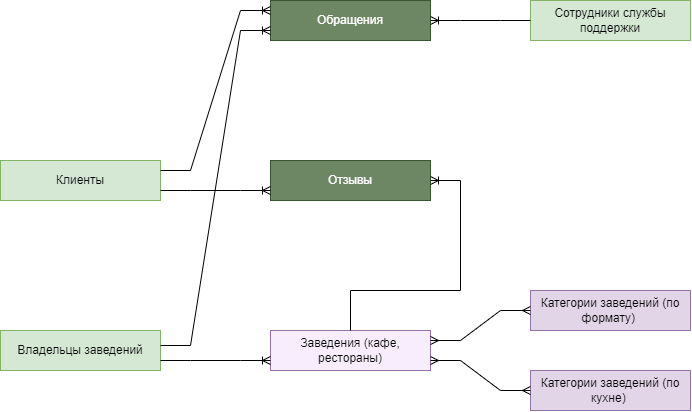
nastyakaraman/system-analysis keeps this draw.io diagram as Диаграмма без названия.drawio.png. Above is the earlier version. Source tidied: cells renumbered, new cells last; positions are measured from the earlier drawing's top-left corner, leaving out a move shared by most shapes.
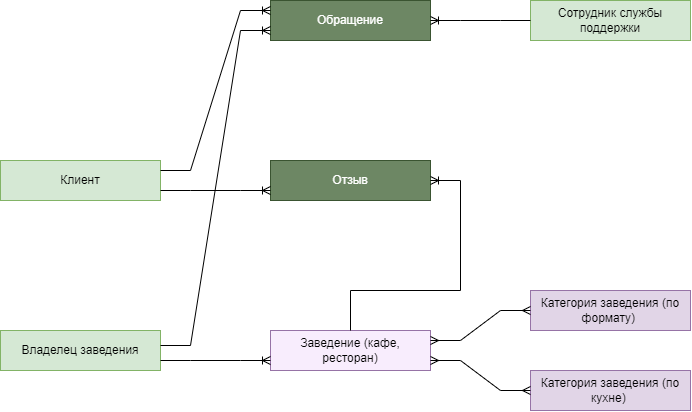
Above is the later version.

Commit message:
Все сущности теперь в единственном числе

What changed in the source:
```diff
@@ -2,22 +2,22 @@
   <root>
     <mxCell id="0" />
     <mxCell id="1" parent="0" />
-    <mxCell id="2" value="Клиенты" style="whiteSpace=wrap;html=1;align=center;fillColor=#d5e8d4;strokeColor=#82b366;" parent="1" vertex="1">
+    <mxCell id="2" value="Клиент" style="whiteSpace=wrap;html=1;align=center;fillColor=#d5e8d4;strokeColor=#82b366;" parent="1" vertex="1">
       <mxGeometry y="160" width="160" height="40" as="geometry" />
     </mxCell>
-    <mxCell id="3" value="Владельцы заведений" style="whiteSpace=wrap;html=1;align=center;fillColor=#d5e8d4;strokeColor=#82b366;" parent="1" vertex="1">
+    <mxCell id="3" value="Владелец заведения" style="whiteSpace=wrap;html=1;align=center;fillColor=#d5e8d4;strokeColor=#82b366;" parent="1" vertex="1">
       <mxGeometry y="330" width="160" height="40" as="geometry" />
     </mxCell>
-    <mxCell id="4" value="Заведения (кафе, рестораны)" style="whiteSpace=wrap;html=1;align=center;fillColor=#f8edfd;strokeColor=#9673a6;" parent="1" vertex="1">
+    <mxCell id="4" value="Заведение (кафе, ресторан)" style="whiteSpace=wrap;html=1;align=center;fillColor=#f8edfd;strokeColor=#9673a6;" parent="1" vertex="1">
       <mxGeometry x="270" y="330" width="160" height="40" as="geometry" />
     </mxCell>
-    <mxCell id="5" value="Категории заведений (по формату)&amp;nbsp;" style="whiteSpace=wrap;html=1;align=center;fillColor=#e1d5e7;strokeColor=#9673a6;" parent="1" vertex="1">
+    <mxCell id="5" value="Категория заведения (по формату)&amp;nbsp;" style="whiteSpace=wrap;html=1;align=center;fillColor=#e1d5e7;strokeColor=#9673a6;" parent="1" vertex="1">
       <mxGeometry x="530" y="290" width="160" height="40" as="geometry" />
     </mxCell>
-    <mxCell id="6" value="Категории заведений (по кухне)&amp;nbsp;" style="whiteSpace=wrap;html=1;align=center;fillColor=#e1d5e7;strokeColor=#9673a6;" parent="1" vertex="1">
+    <mxCell id="6" value="Категория заведения (по кухне)&amp;nbsp;" style="whiteSpace=wrap;html=1;align=center;fillColor=#e1d5e7;strokeColor=#9673a6;" parent="1" vertex="1">
       <mxGeometry x="530" y="370" width="160" height="40" as="geometry" />
     </mxCell>
-    <mxCell id="7" value="Сотрудники службы поддержки" style="whiteSpace=wrap;html=1;align=center;fillColor=#d5e8d4;strokeColor=#82b366;" parent="1" vertex="1">
+    <mxCell id="7" value="Сотрудник службы поддержки" style="whiteSpace=wrap;html=1;align=center;fillColor=#d5e8d4;strokeColor=#82b366;" parent="1" vertex="1">
       <mxGeometry x="530" width="160" height="40" as="geometry" />
     </mxCell>
     <mxCell id="8" style="edgeStyle=entityRelationEdgeStyle;fontSize=12;html=1;endArrow=ERmany;startArrow=ERmany;rounded=0;exitX=1;exitY=0.25;exitDx=0;exitDy=0;exitPerimeter=0;entryX=0;entryY=0.5;entryDx=0;entryDy=0;" parent="1" edge="1" source="4" target="5">
@@ -26,7 +26,7 @@
     <mxCell id="9" style="edgeStyle=entityRelationEdgeStyle;fontSize=12;html=1;endArrow=ERmany;startArrow=ERmany;rounded=0;exitX=1;exitY=0.75;exitDx=0;exitDy=0;" parent="1" edge="1" source="4" target="6">
       <mxGeometry relative="1" as="geometry" />
     </mxCell>
-    <mxCell id="10" value="Отзывы" style="whiteSpace=wrap;html=1;align=center;fillColor=#6d8764;strokeColor=#3A5431;fontColor=#ffffff;" parent="1" vertex="1">
+    <mxCell id="10" value="Отзыв" style="whiteSpace=wrap;html=1;align=center;fillColor=#6d8764;strokeColor=#3A5431;fontColor=#ffffff;" parent="1" vertex="1">
       <mxGeometry x="270" y="160" width="160" height="40" as="geometry" />
     </mxCell>
     <mxCell id="11" style="edgeStyle=entityRelationEdgeStyle;fontSize=12;html=1;endArrow=ERoneToMany;rounded=0;entryX=0;entryY=0.75;entryDx=0;entryDy=0;exitX=1;exitY=0.75;exitDx=0;exitDy=0;" parent="1" edge="1" source="3" target="4">
@@ -45,7 +45,7 @@
         <mxPoint x="350" y="290" as="targetPoint" />
       </mxGeometry>
     </mxCell>
-    <mxCell id="15" value="Обращения" style="whiteSpace=wrap;html=1;align=center;fillColor=#6d8764;strokeColor=#3A5431;fontColor=#ffffff;" parent="1" vertex="1">
+    <mxCell id="15" value="Обращение" style="whiteSpace=wrap;html=1;align=center;fillColor=#6d8764;strokeColor=#3A5431;fontColor=#ffffff;" parent="1" vertex="1">
       <mxGeometry x="270" width="160" height="40" as="geometry" />
     </mxCell>
     <mxCell id="16" style="edgeStyle=entityRelationEdgeStyle;fontSize=12;html=1;endArrow=ERoneToMany;rounded=0;exitX=0;exitY=0.5;exitDx=0;exitDy=0;entryX=1;entryY=0.5;entryDx=0;entryDy=0;" parent="1" edge="1" source="7" target="15">
```
